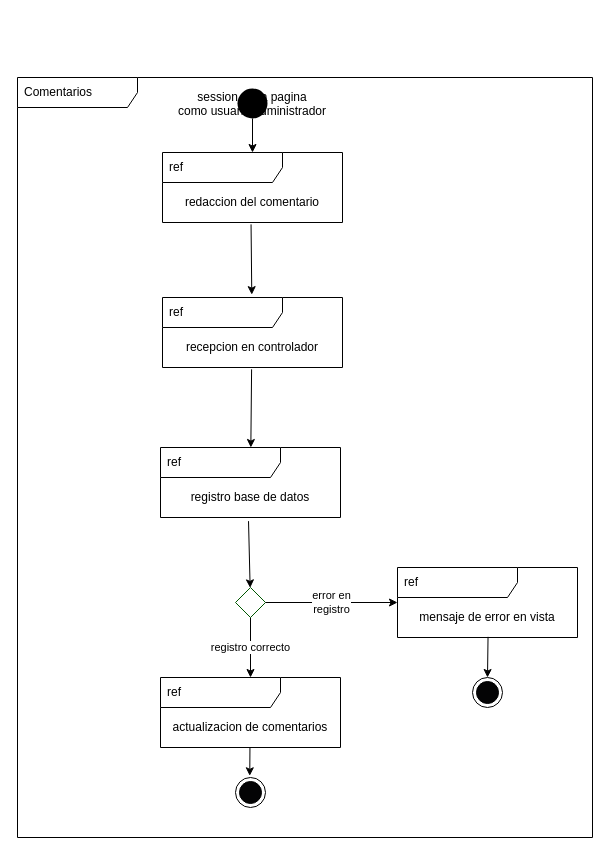
Earlier version of the draw.io diagram DOCUMENTACION/interaccionesComentario.drawio (cresb-49/PRACTICA-1-TEO1). Source tidied: cells renumbered, new cells numbered last; positions are measured from the earlier drawing's top-left corner, leaving out a move shared by most shapes. Both pictures are drawn from the tidied source at 100%, with x=0, y=0 at pixel (17, 77).
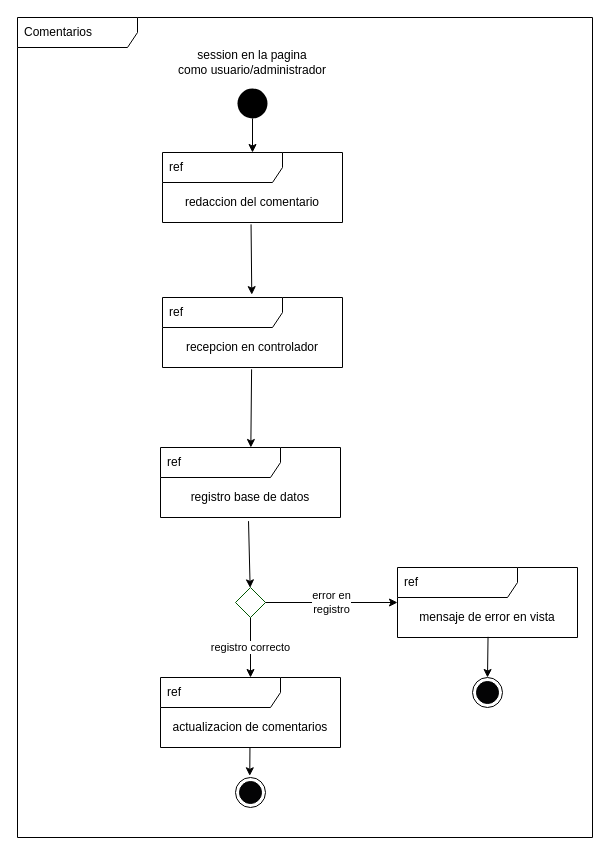
The same diagram, later.

Diff of the diagram source:
```diff
@@
     <mxCell id="2" value="Comentarios" style="shape=umlFrame;whiteSpace=wrap;html=1;width=120;height=30;boundedLbl=1;verticalAlign=middle;align=left;spacingLeft=5;fillColor=default;" parent="1" vertex="1">
-      <mxGeometry width="575" height="760" as="geometry" />
+      <mxGeometry y="-60" width="575" height="820" as="geometry" />
     </mxCell>
@@
-    <mxCell id="4" value="session en la pagina &#10;como usuario/administrador" style="ellipse;strokeColor=none;fillColor=#000000;" parent="1" vertex="1">
+    <mxCell id="4" style="ellipse;strokeColor=none;fillColor=#000000;" parent="1" vertex="1">
       <mxGeometry x="220" y="11" width="30" height="30" as="geometry" />
     </mxCell>
@@
+    <mxCell id="25" value="&lt;span style=&quot;color: rgb(0, 0, 0);&quot;&gt;session en la pagina&lt;/span&gt;&lt;br style=&quot;border-color: var(--border-color); padding: 0px; margin: 0px; color: rgb(0, 0, 0);&quot;&gt;&lt;span style=&quot;color: rgb(0, 0, 0);&quot;&gt;como usuario/administrador&lt;/span&gt;" style="text;html=1;strokeColor=none;fillColor=none;align=center;verticalAlign=middle;whiteSpace=wrap;rounded=0;fontColor=#FFFFFF;" parent="1" vertex="1">
+      <mxGeometry x="120" y="-30" width="230" height="30" as="geometry" />
+    </mxCell>
```
